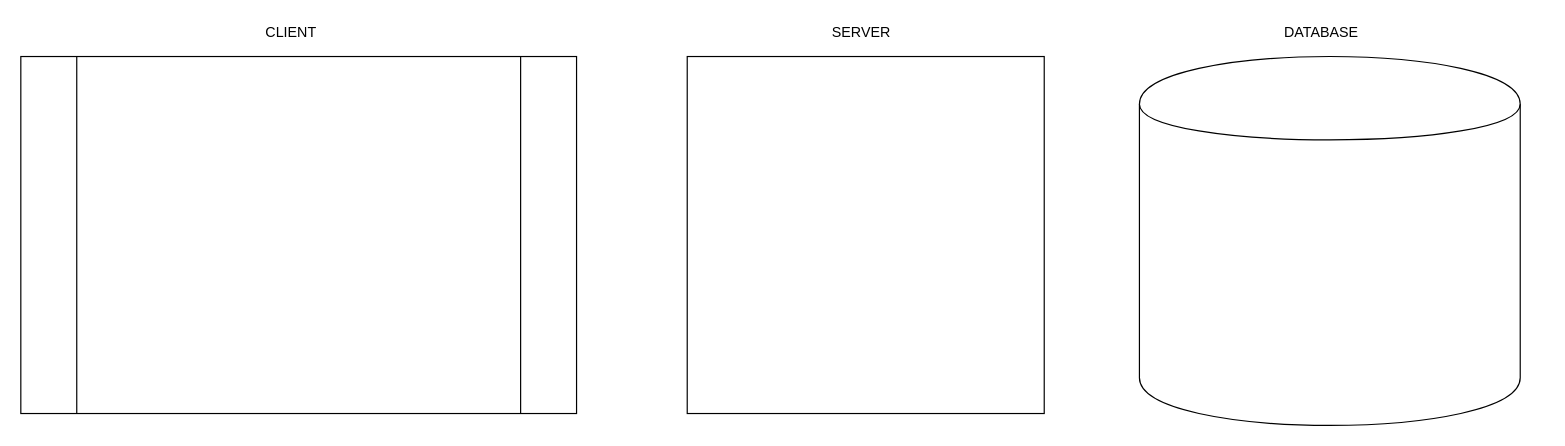
Earlier version of the draw.io diagram full_stack_app_diagram.drawio (ED1978/w8_d1_HW_full_stack). Source tidied: cells renumbered, new cells numbered last; positions are measured from the earlier drawing's top-left corner, leaving out a move shared by most shapes. Both pictures are drawn from the tidied source at 119%, with x=0, y=0 at pixel (20, 20).
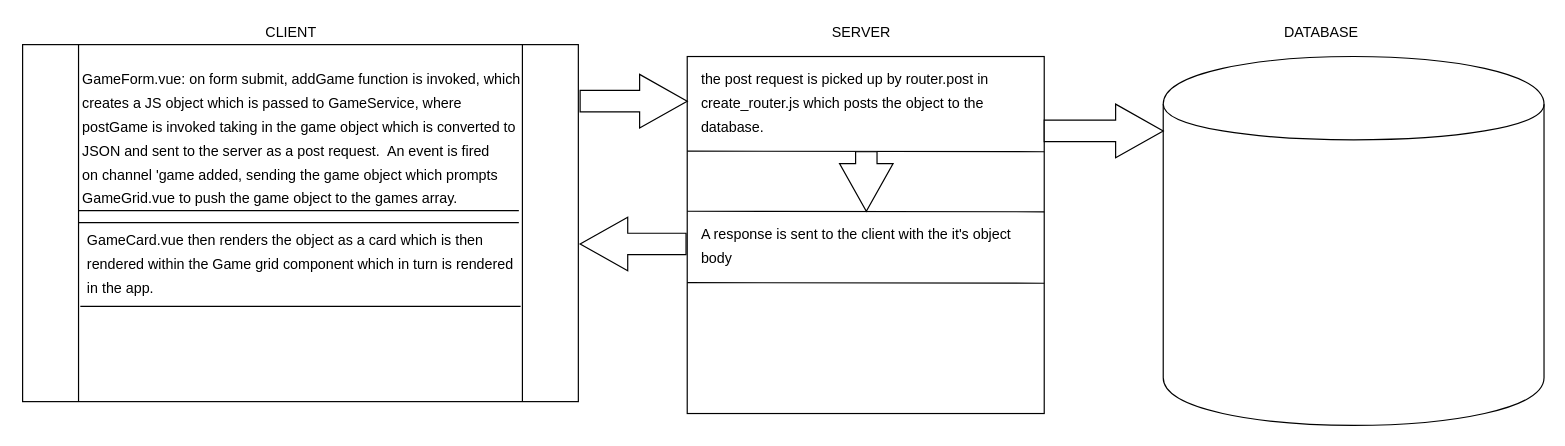
Above is the later version.

Commit message:
diagram complete

Change to the diagram source:
```diff
@@
     <mxCell id="3" style="shape=cylinder;whiteSpace=wrap;html=1;boundedLbl=1;backgroundOutline=1;" parent="1" vertex="1">
-      <mxGeometry x="940" y="30" width="320" height="310" as="geometry" />
+      <mxGeometry x="960" y="30" width="320" height="310" as="geometry" />
     </mxCell>
     <mxCell id="4" style="shape=process;whiteSpace=wrap;html=1;backgroundOutline=1;" parent="1" vertex="1">
-      <mxGeometry y="30" width="467" height="300" as="geometry" />
+      <mxGeometry x="1.5" y="20" width="467" height="300" as="geometry" />
     </mxCell>
@@
+    <mxCell id="8" value="GameForm.vue: on form submit, addGame function is invoked, which" style="text;html=1;align=left;verticalAlign=top;spacingTop=-4;" parent="1" vertex="1">
+      <mxGeometry x="50" y="40" width="380" height="20" as="geometry" />
+    </mxCell>
+    <mxCell id="9" value="creates a JS object which is passed to GameService, where" style="text;html=1;align=left;verticalAlign=top;spacingTop=-4;" parent="1" vertex="1">
+      <mxGeometry x="50" y="60" width="330" height="20" as="geometry" />
+    </mxCell>
+    <mxCell id="10" value="postGame is invoked taking in the game object which is converted to" style="text;html=1;align=left;verticalAlign=top;spacingTop=-4;" parent="1" vertex="1">
+      <mxGeometry x="50" y="80" width="380" height="20" as="geometry" />
+    </mxCell>
+    <mxCell id="11" value="JSON and sent to the server as a post request.&amp;nbsp; An event is fired" style="text;html=1;align=left;verticalAlign=top;spacingTop=-4;" parent="1" vertex="1">
+      <mxGeometry x="50" y="100" width="360" height="20" as="geometry" />
+    </mxCell>
+    <mxCell id="12" style="endArrow=none;html=1;" parent="1" edge="1">
+      <mxGeometry relative="1" as="geometry">
+        <mxPoint x="418.5" y="159.5" as="sourcePoint" />
+        <mxPoint x="48.5" y="159.5" as="targetPoint" />
+      </mxGeometry>
+    </mxCell>
+    <mxCell id="13" value="on channel 'game added, sending the game object which prompts&amp;nbsp;" style="text;html=1;align=left;verticalAlign=top;spacingTop=-4;" parent="1" vertex="1">
+      <mxGeometry x="50" y="120" width="370" height="20" as="geometry" />
+    </mxCell>
+    <mxCell id="14" value="GameGrid.vue to push the game object to the games array." style="text;html=1;align=left;verticalAlign=top;spacingTop=-4;" parent="1" vertex="1">
+      <mxGeometry x="50" y="140" width="330" height="20" as="geometry" />
+    </mxCell>
+    <mxCell id="15" value="the post request is picked up by router.post in&amp;nbsp;" style="text;html=1;align=left;verticalAlign=top;spacingTop=-4;" parent="1" vertex="1">
+      <mxGeometry x="570" y="40" width="260" height="20" as="geometry" />
+    </mxCell>
+    <mxCell id="16" value="create_router.js which posts the object to the&amp;nbsp;&amp;nbsp;" style="text;html=1;align=left;verticalAlign=top;spacingTop=-4;" parent="1" vertex="1">
+      <mxGeometry x="570" y="60" width="260" height="20" as="geometry" />
+    </mxCell>
+    <mxCell id="17" value="database." style="text;html=1;align=left;verticalAlign=top;spacingTop=-4;" parent="1" vertex="1">
+      <mxGeometry x="570" y="80" width="70" height="20" as="geometry" />
+    </mxCell>
+    <mxCell id="18" style="endArrow=none;html=1;" parent="1" edge="1">
+      <mxGeometry relative="1" as="geometry">
+        <mxPoint x="860" y="110" as="sourcePoint" />
+        <mxPoint x="560" y="109.5" as="targetPoint" />
+      </mxGeometry>
+    </mxCell>
+    <mxCell id="19" style="html=1;shadow=0;dashed=0;align=center;verticalAlign=middle;shape=mxgraph.arrows2.arrow;dy=0.6;dx=40;notch=0;" parent="1" vertex="1">
+      <mxGeometry x="470" y="45" width="90" height="45" as="geometry" />
+    </mxCell>
+    <mxCell id="20" style="html=1;shadow=0;dashed=0;align=center;verticalAlign=middle;shape=mxgraph.arrows2.arrow;dy=0.6;dx=40;notch=0;" parent="1" vertex="1">
+      <mxGeometry x="860" y="70" width="100" height="45" as="geometry" />
+    </mxCell>
+    <mxCell id="21" style="html=1;shadow=0;dashed=0;align=center;verticalAlign=middle;shape=mxgraph.arrows2.arrow;dy=0.6;dx=40;notch=0;direction=south;" parent="1" vertex="1">
+      <mxGeometry x="688" y="110" width="45" height="50" as="geometry" />
+    </mxCell>
+    <mxCell id="22" style="endArrow=none;html=1;" parent="1" edge="1">
+      <mxGeometry relative="1" as="geometry">
+        <mxPoint x="860" y="160.5" as="sourcePoint" />
+        <mxPoint x="560" y="160" as="targetPoint" />
+      </mxGeometry>
+    </mxCell>
+    <mxCell id="23" value="A response is sent to the client with the it's object&amp;nbsp;&amp;nbsp;" style="text;html=1;align=left;verticalAlign=top;spacingTop=-4;" parent="1" vertex="1">
+      <mxGeometry x="570" y="170" width="280" height="20" as="geometry" />
+    </mxCell>
+    <mxCell id="24" value="body" style="text;html=1;align=left;verticalAlign=top;spacingTop=-4;" parent="1" vertex="1">
+      <mxGeometry x="570" y="190" width="40" height="20" as="geometry" />
+    </mxCell>
+    <mxCell id="25" style="endArrow=none;html=1;" parent="1" edge="1">
+      <mxGeometry relative="1" as="geometry">
+        <mxPoint x="860" y="220.5" as="sourcePoint" />
+        <mxPoint x="560" y="220" as="targetPoint" />
+      </mxGeometry>
+    </mxCell>
+    <mxCell id="26" style="html=1;shadow=0;dashed=0;align=center;verticalAlign=middle;shape=mxgraph.arrows2.arrow;dy=0.6;dx=40;notch=0;direction=west;" parent="1" vertex="1">
+      <mxGeometry x="470" y="165" width="89" height="45" as="geometry" />
+    </mxCell>
+    <mxCell id="27" style="endArrow=none;html=1;" parent="1" edge="1">
+      <mxGeometry relative="1" as="geometry">
+        <mxPoint x="418.5" y="169.5" as="sourcePoint" />
+        <mxPoint x="48.5" y="169.5" as="targetPoint" />
+      </mxGeometry>
+    </mxCell>
+    <mxCell id="28" style="endArrow=none;html=1;" parent="1" edge="1">
+      <mxGeometry relative="1" as="geometry">
+        <mxPoint x="420" y="240" as="sourcePoint" />
+        <mxPoint x="50" y="240" as="targetPoint" />
+      </mxGeometry>
+    </mxCell>
+    <mxCell id="29" value="GameCard.vue then renders the object as a card which is then&amp;nbsp;" style="text;html=1;align=left;verticalAlign=top;spacingTop=-4;" parent="1" vertex="1">
+      <mxGeometry x="53.5" y="175" width="350" height="20" as="geometry" />
+    </mxCell>
+    <mxCell id="30" value="rendered within the Game grid component which in turn is rendered&amp;nbsp;" style="text;html=1;align=left;verticalAlign=top;spacingTop=-4;" parent="1" vertex="1">
+      <mxGeometry x="53.5" y="195" width="380" height="20" as="geometry" />
+    </mxCell>
+    <mxCell id="31" value="in the app." style="text;html=1;align=left;verticalAlign=top;spacingTop=-4;" parent="1" vertex="1">
+      <mxGeometry x="53.5" y="215" width="70" height="20" as="geometry" />
+    </mxCell>
```
